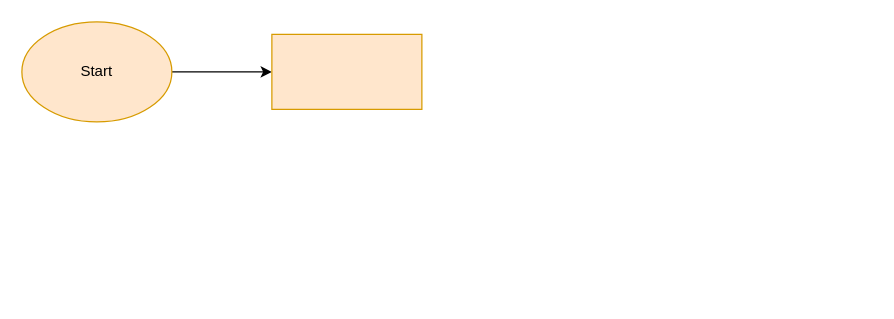
Before: Untitled Diagram.drawio in XeLTzy/my-second-repo, a draw.io diagram. Source tidied: cells renumbered, new cells numbered last; positions are measured from the earlier drawing's top-left corner, leaving out a move shared by most shapes. Both pictures are drawn from the tidied source at 125%, with x=0, y=0 at pixel (21, 21).
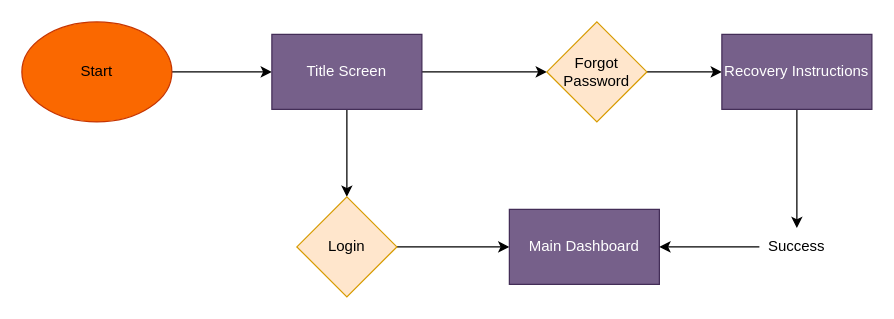
After the change.

Diff of the diagram source:
```diff
@@
 <mxGraphModel>
   <root>
     <mxCell id="0" />
     <mxCell id="1" parent="0" />
-    <mxCell id="2" style="edgeStyle=orthogonalEdgeStyle;rounded=0;jettySize=auto;html=1;" parent="1" edge="1" source="3" target="4">
-      <mxGeometry relative="1" as="geometry" />
-    </mxCell>
+    <mxCell id="5" style="edgeStyle=orthogonalEdgeStyle;rounded=0;jettySize=auto;html=1;" parent="1" edge="1" source="3" target="8">
+      <mxGeometry relative="1" as="geometry" />
+    </mxCell>
-    <mxCell id="3" value="Start" style="ellipse;whiteSpace=wrap;html=1;fillColor=#ffe6cc;strokeColor=#d79b00;" parent="1" vertex="1">
+    <mxCell id="3" value="Start" style="ellipse;whiteSpace=wrap;html=1;fillColor=#fa6800;strokeColor=#C73500;fontColor=#000000;" parent="1" vertex="1">
       <mxGeometry width="120" height="80" as="geometry" />
     </mxCell>
-    <mxCell id="4" style="whiteSpace=wrap;html=1;fillColor=#ffe6cc;strokeColor=#d79b00;" parent="1" vertex="1">
-      <mxGeometry x="200" y="10" width="120" height="60" as="geometry" />
-    </mxCell>
+    <mxCell id="6" style="edgeStyle=orthogonalEdgeStyle;rounded=0;jettySize=auto;html=1;" parent="1" edge="1" source="8" target="10">
+      <mxGeometry relative="1" as="geometry" />
+    </mxCell>
+    <mxCell id="7" style="edgeStyle=orthogonalEdgeStyle;rounded=0;jettySize=auto;html=1;" parent="1" edge="1" source="8" target="12">
+      <mxGeometry relative="1" as="geometry" />
+    </mxCell>
+    <mxCell id="8" value="Title Screen" style="whiteSpace=wrap;html=1;fillColor=#76608a;strokeColor=#432D57;fontColor=#ffffff;" parent="1" vertex="1">
+      <mxGeometry x="200" y="10" width="120" height="60" as="geometry" />
+    </mxCell>
+    <mxCell id="9" style="edgeStyle=orthogonalEdgeStyle;rounded=0;jettySize=auto;html=1;" parent="1" edge="1" source="10" target="15">
+      <mxGeometry relative="1" as="geometry" />
+    </mxCell>
+    <mxCell id="10" value="Login" style="rhombus;whiteSpace=wrap;html=1;fillColor=#ffe6cc;strokeColor=#d79b00;" parent="1" vertex="1">
+      <mxGeometry x="220" y="140" width="80" height="80" as="geometry" />
+    </mxCell>
+    <mxCell id="11" style="edgeStyle=orthogonalEdgeStyle;rounded=0;jettySize=auto;html=1;" parent="1" edge="1" source="12" target="14">
+      <mxGeometry relative="1" as="geometry" />
+    </mxCell>
+    <mxCell id="12" value="Forgot Password" style="rhombus;whiteSpace=wrap;html=1;fillColor=#ffe6cc;strokeColor=#d79b00;" parent="1" vertex="1">
+      <mxGeometry x="420" width="80" height="80" as="geometry" />
+    </mxCell>
+    <mxCell id="13" style="edgeStyle=orthogonalEdgeStyle;rounded=0;jettySize=auto;html=1;exitX=0.5;exitY=1;exitDx=0;exitDy=0;entryX=0.5;entryY=0;entryDx=0;entryDy=0;" parent="1" edge="1" source="14" target="17">
+      <mxGeometry relative="1" as="geometry" />
+    </mxCell>
+    <mxCell id="14" value="Recovery Instructions" style="whiteSpace=wrap;html=1;fillColor=#76608a;strokeColor=#432D57;fontColor=#ffffff;" parent="1" vertex="1">
+      <mxGeometry x="560" y="10" width="120" height="60" as="geometry" />
+    </mxCell>
+    <mxCell id="15" value="Main Dashboard" style="whiteSpace=wrap;html=1;fillColor=#76608a;strokeColor=#432D57;fontColor=#ffffff;" parent="1" vertex="1">
+      <mxGeometry x="390" y="150" width="120" height="60" as="geometry" />
+    </mxCell>
+    <mxCell id="16" style="edgeStyle=orthogonalEdgeStyle;rounded=0;jettySize=auto;html=1;exitX=0;exitY=0.5;exitDx=0;exitDy=0;entryX=1;entryY=0.5;entryDx=0;entryDy=0;" parent="1" edge="1" source="17" target="15">
+      <mxGeometry relative="1" as="geometry" />
+    </mxCell>
+    <mxCell id="17" value="Success" style="text;html=1;align=center;verticalAlign=middle;whiteSpace=wrap;rounded=0;" parent="1" vertex="1">
+      <mxGeometry x="590" y="165" width="60" height="30" as="geometry" />
+    </mxCell>
   </root>
 </mxGraphModel>
```
